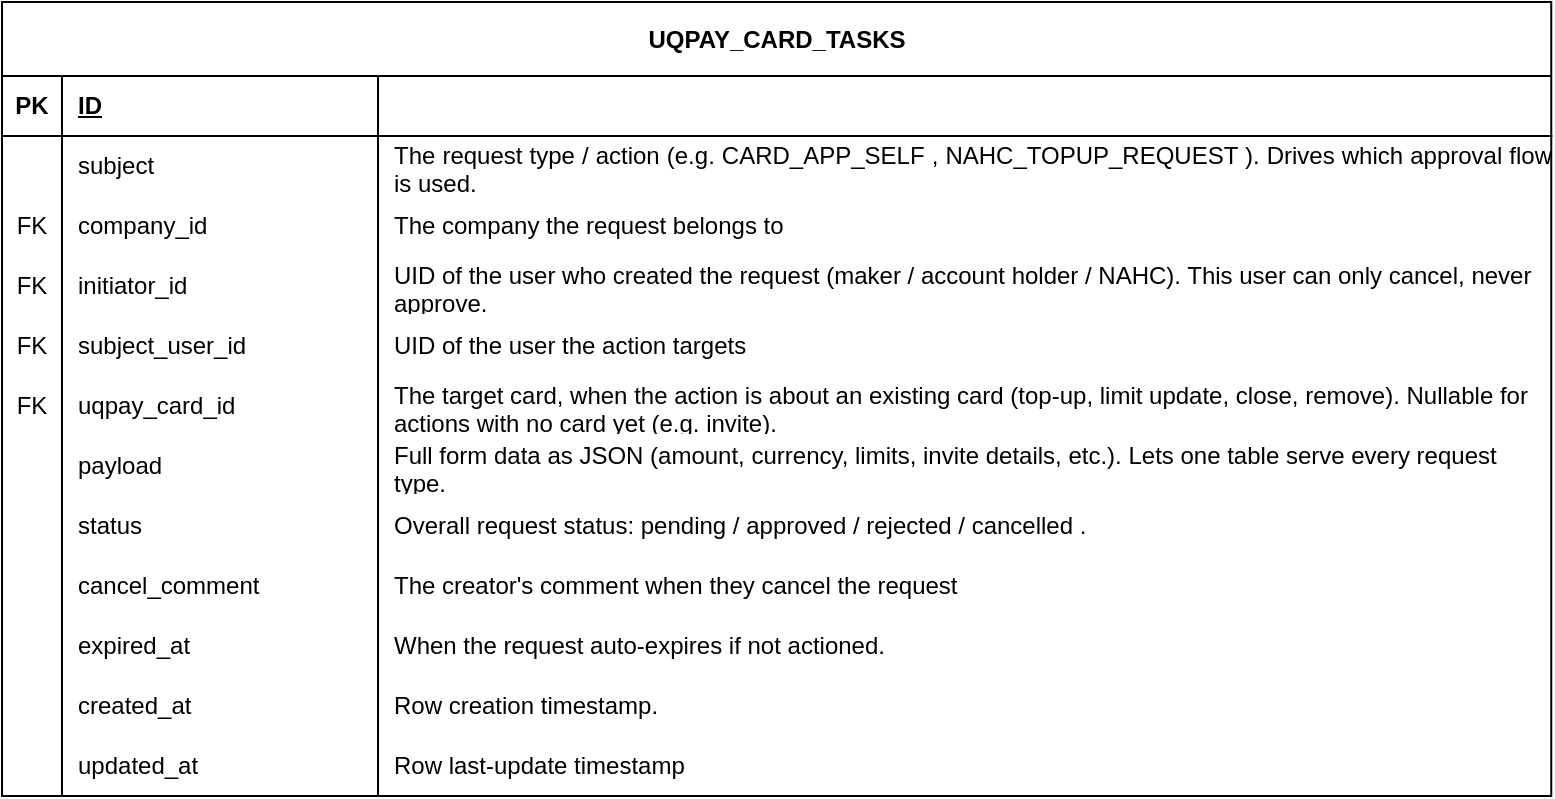
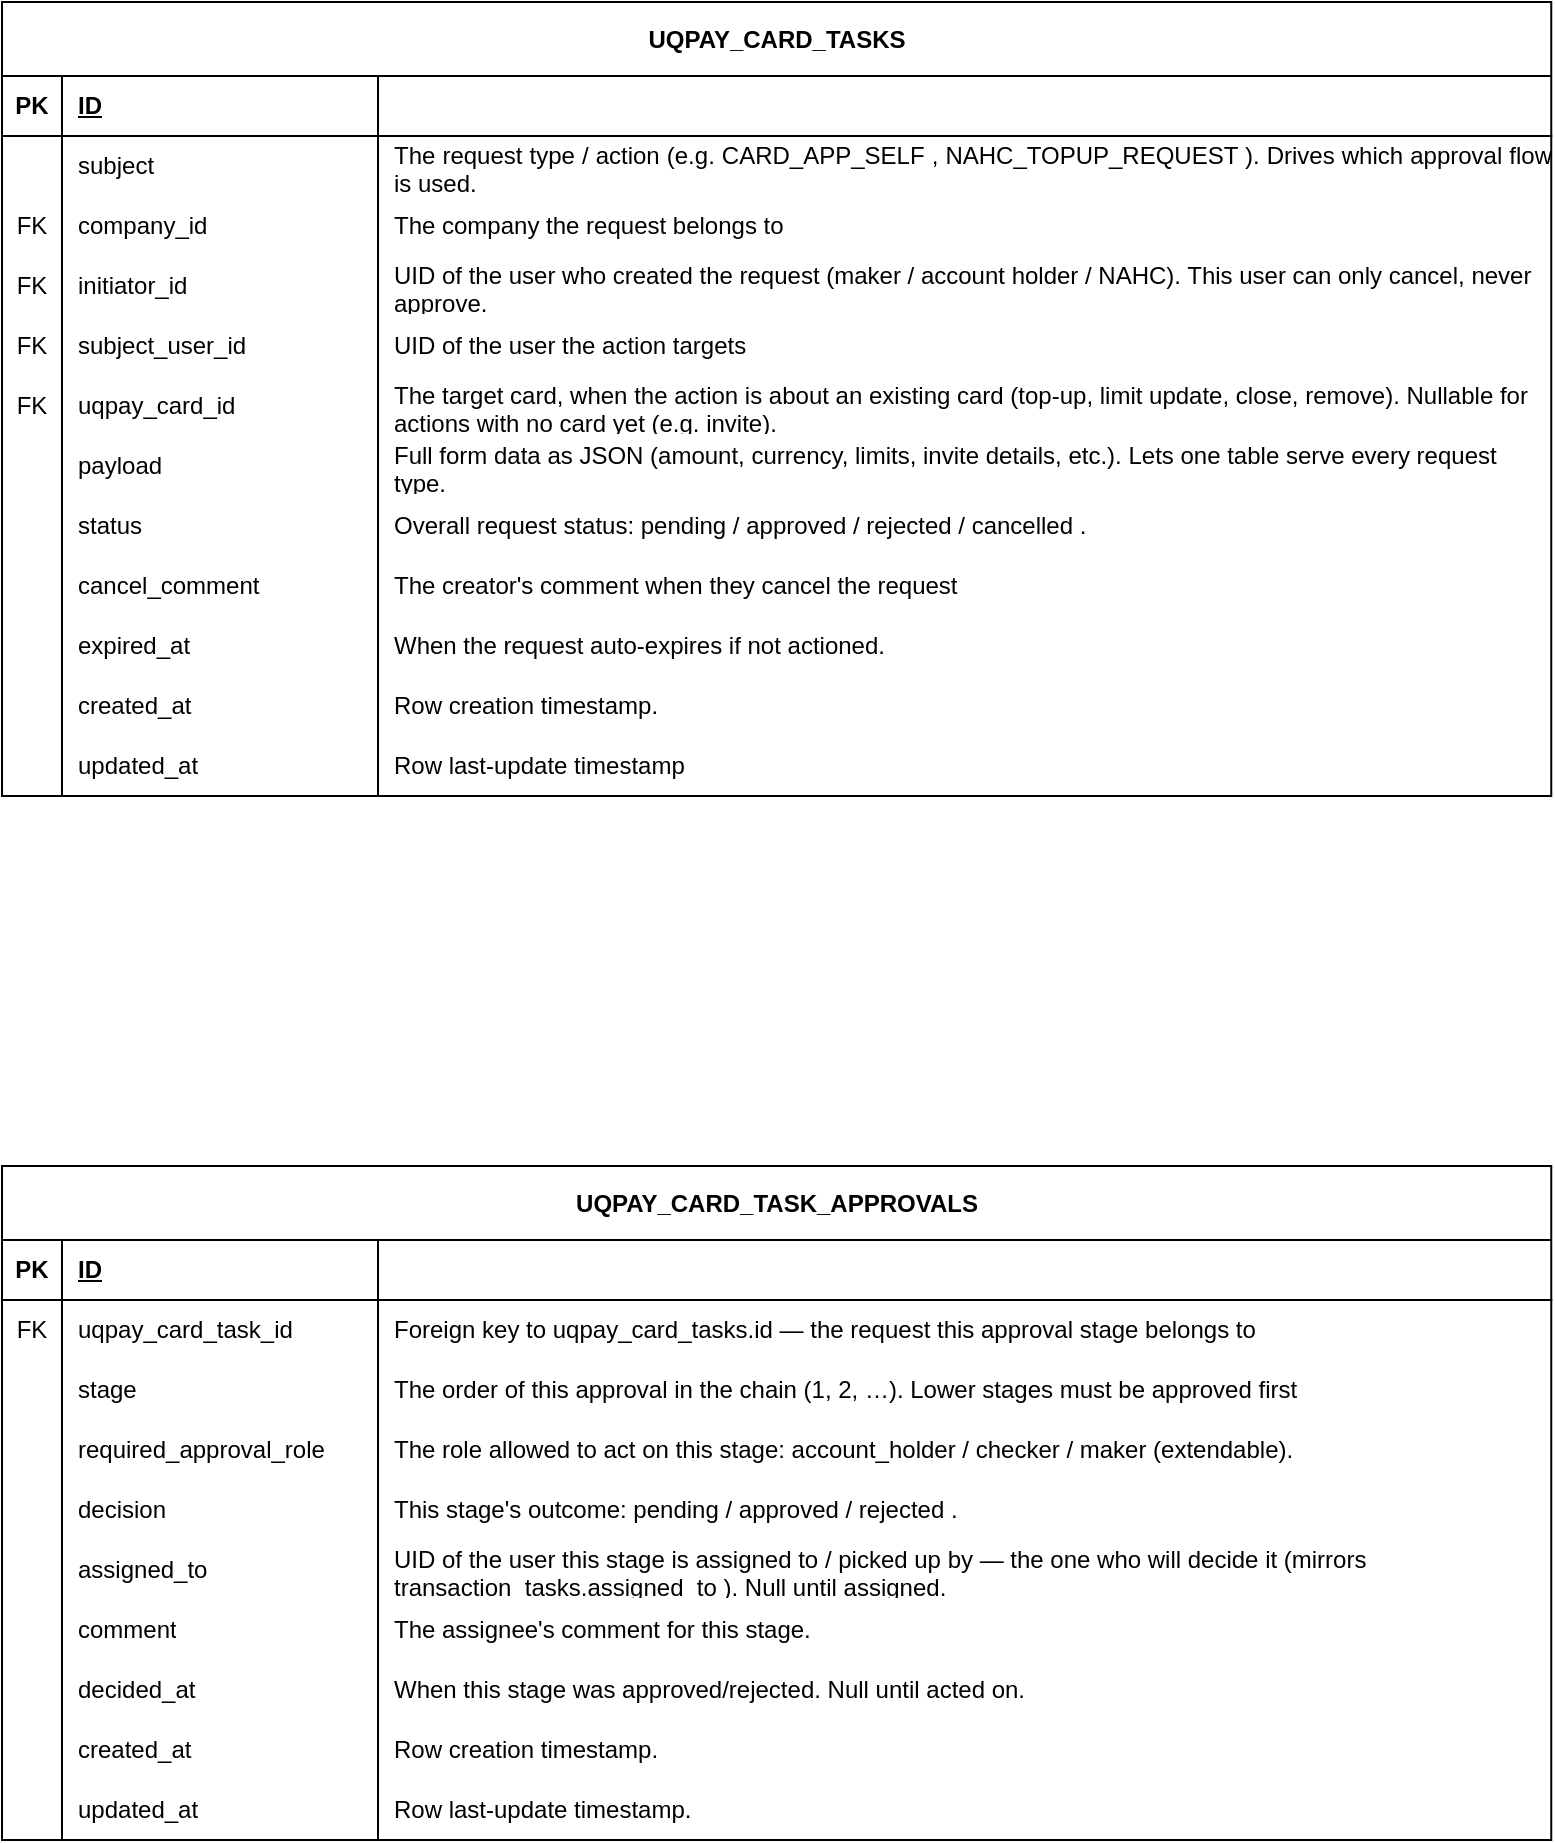
<mxfile host="app.diagrams.net" pages="2">
  <diagram name="Tables" id="zHlgq6CwFgONvcef2E9p">
    <mxGraphModel dx="1178" dy="648" grid="0" gridSize="10" guides="1" tooltips="1" connect="1" arrows="1" fold="1" page="1" pageScale="1" pageWidth="850" pageHeight="1100" math="0" shadow="0">
      <root>
        <mxCell id="0" />
        <mxCell id="1" parent="0" />
        <mxCell id="jwnZHKyRuvL29F9f0q4a-1" parent="1" style="shape=table;startSize=37;container=1;collapsible=1;childLayout=tableLayout;fixedRows=1;rowLines=0;fontStyle=1;align=center;resizeLast=1;html=1;" value="UQPAY_CARD_TASKS" vertex="1">
-           <mxGeometry height="397" width="774.6250000000001" x="48" y="39" as="geometry">
+           <mxGeometry height="397" width="774.6250000000001" x="38" y="37" as="geometry">
            <mxRectangle height="37" width="161" x="79" y="121" as="alternateBounds" />
          </mxGeometry>
        </mxCell>
        <mxCell id="jwnZHKyRuvL29F9f0q4a-2" parent="jwnZHKyRuvL29F9f0q4a-1" style="shape=tableRow;horizontal=0;startSize=0;swimlaneHead=0;swimlaneBody=0;fillColor=none;collapsible=0;dropTarget=0;points=[[0,0.5],[1,0.5]];portConstraint=eastwest;top=0;left=0;right=0;bottom=1;" value="" vertex="1">
          <mxGeometry height="30" width="774.6250000000001" y="37" as="geometry" />
        </mxCell>
        <mxCell id="jwnZHKyRuvL29F9f0q4a-3" parent="jwnZHKyRuvL29F9f0q4a-2" style="shape=partialRectangle;connectable=0;fillColor=none;top=0;left=0;bottom=0;right=0;fontStyle=1;overflow=hidden;whiteSpace=wrap;html=1;" value="PK" vertex="1">
          <mxGeometry height="30" width="30" as="geometry">
            <mxRectangle height="30" width="30" as="alternateBounds" />
          </mxGeometry>
        </mxCell>
        <mxCell id="jwnZHKyRuvL29F9f0q4a-4" parent="jwnZHKyRuvL29F9f0q4a-2" style="shape=partialRectangle;connectable=0;fillColor=none;top=0;left=0;bottom=0;right=0;align=left;spacingLeft=6;fontStyle=5;overflow=hidden;whiteSpace=wrap;html=1;" value="ID" vertex="1">
          <mxGeometry height="30" width="158" x="30" as="geometry">
            <mxRectangle height="30" width="158" as="alternateBounds" />
          </mxGeometry>
        </mxCell>
        <mxCell id="jwnZHKyRuvL29F9f0q4a-65" parent="jwnZHKyRuvL29F9f0q4a-2" style="shape=partialRectangle;connectable=0;fillColor=none;top=0;left=0;bottom=0;right=0;align=left;spacingLeft=6;fontStyle=5;overflow=hidden;whiteSpace=wrap;html=1;" value="" vertex="1">
          <mxGeometry height="30" width="586.6250000000001" x="188" as="geometry">
            <mxRectangle height="30" width="586.6250000000001" as="alternateBounds" />
          </mxGeometry>
        </mxCell>
        <mxCell id="jwnZHKyRuvL29F9f0q4a-5" parent="jwnZHKyRuvL29F9f0q4a-1" style="shape=tableRow;horizontal=0;startSize=0;swimlaneHead=0;swimlaneBody=0;fillColor=none;collapsible=0;dropTarget=0;points=[[0,0.5],[1,0.5]];portConstraint=eastwest;top=0;left=0;right=0;bottom=0;" value="" vertex="1">
          <mxGeometry height="30" width="774.6250000000001" y="67" as="geometry" />
        </mxCell>
        <mxCell id="jwnZHKyRuvL29F9f0q4a-6" parent="jwnZHKyRuvL29F9f0q4a-5" style="shape=partialRectangle;connectable=0;fillColor=none;top=0;left=0;bottom=0;right=0;editable=1;overflow=hidden;whiteSpace=wrap;html=1;" value="" vertex="1">
          <mxGeometry height="30" width="30" as="geometry">
            <mxRectangle height="30" width="30" as="alternateBounds" />
          </mxGeometry>
        </mxCell>
        <mxCell id="jwnZHKyRuvL29F9f0q4a-7" parent="jwnZHKyRuvL29F9f0q4a-5" style="shape=partialRectangle;connectable=0;fillColor=none;top=0;left=0;bottom=0;right=0;align=left;spacingLeft=6;overflow=hidden;whiteSpace=wrap;html=1;" value="subject" vertex="1">
          <mxGeometry height="30" width="158" x="30" as="geometry">
            <mxRectangle height="30" width="158" as="alternateBounds" />
          </mxGeometry>
        </mxCell>
        <mxCell id="jwnZHKyRuvL29F9f0q4a-66" parent="jwnZHKyRuvL29F9f0q4a-5" style="shape=partialRectangle;connectable=0;fillColor=none;top=0;left=0;bottom=0;right=0;align=left;spacingLeft=6;overflow=hidden;whiteSpace=wrap;html=1;" value="&lt;div style=&quot;text-align: justify;&quot;&gt;&lt;span style=&quot;background-color: transparent; color: light-dark(rgb(0, 0, 0), rgb(255, 255, 255));&quot;&gt;The request type / action (e.g. CARD_APP_SELF , NAHC_TOPUP_REQUEST ). Drives&amp;nbsp;&lt;/span&gt;&lt;span style=&quot;background-color: transparent; color: light-dark(rgb(0, 0, 0), rgb(255, 255, 255)); text-align: left;&quot;&gt;which approval flow is used.&lt;/span&gt;&lt;/div&gt;" vertex="1">
          <mxGeometry height="30" width="586.6250000000001" x="188" as="geometry">
            <mxRectangle height="30" width="586.6250000000001" as="alternateBounds" />
          </mxGeometry>
        </mxCell>
        <mxCell id="jwnZHKyRuvL29F9f0q4a-8" parent="jwnZHKyRuvL29F9f0q4a-1" style="shape=tableRow;horizontal=0;startSize=0;swimlaneHead=0;swimlaneBody=0;fillColor=none;collapsible=0;dropTarget=0;points=[[0,0.5],[1,0.5]];portConstraint=eastwest;top=0;left=0;right=0;bottom=0;" value="" vertex="1">
          <mxGeometry height="30" width="774.6250000000001" y="97" as="geometry" />
        </mxCell>
        <mxCell id="jwnZHKyRuvL29F9f0q4a-9" parent="jwnZHKyRuvL29F9f0q4a-8" style="shape=partialRectangle;connectable=0;fillColor=none;top=0;left=0;bottom=0;right=0;editable=1;overflow=hidden;whiteSpace=wrap;html=1;" value="FK" vertex="1">
          <mxGeometry height="30" width="30" as="geometry">
            <mxRectangle height="30" width="30" as="alternateBounds" />
          </mxGeometry>
        </mxCell>
        <mxCell id="jwnZHKyRuvL29F9f0q4a-10" parent="jwnZHKyRuvL29F9f0q4a-8" style="shape=partialRectangle;connectable=0;fillColor=none;top=0;left=0;bottom=0;right=0;align=left;spacingLeft=6;overflow=hidden;whiteSpace=wrap;html=1;" value="company_id" vertex="1">
          <mxGeometry height="30" width="158" x="30" as="geometry">
            <mxRectangle height="30" width="158" as="alternateBounds" />
          </mxGeometry>
        </mxCell>
        <mxCell id="jwnZHKyRuvL29F9f0q4a-67" parent="jwnZHKyRuvL29F9f0q4a-8" style="shape=partialRectangle;connectable=0;fillColor=none;top=0;left=0;bottom=0;right=0;align=left;spacingLeft=6;overflow=hidden;whiteSpace=wrap;html=1;" value="The company the request belongs to" vertex="1">
          <mxGeometry height="30" width="586.6250000000001" x="188" as="geometry">
            <mxRectangle height="30" width="586.6250000000001" as="alternateBounds" />
          </mxGeometry>
        </mxCell>
        <mxCell id="jwnZHKyRuvL29F9f0q4a-11" parent="jwnZHKyRuvL29F9f0q4a-1" style="shape=tableRow;horizontal=0;startSize=0;swimlaneHead=0;swimlaneBody=0;fillColor=none;collapsible=0;dropTarget=0;points=[[0,0.5],[1,0.5]];portConstraint=eastwest;top=0;left=0;right=0;bottom=0;" value="" vertex="1">
          <mxGeometry height="30" width="774.6250000000001" y="127" as="geometry" />
        </mxCell>
        <mxCell id="jwnZHKyRuvL29F9f0q4a-12" parent="jwnZHKyRuvL29F9f0q4a-11" style="shape=partialRectangle;connectable=0;fillColor=none;top=0;left=0;bottom=0;right=0;editable=1;overflow=hidden;whiteSpace=wrap;html=1;" value="FK" vertex="1">
          <mxGeometry height="30" width="30" as="geometry">
            <mxRectangle height="30" width="30" as="alternateBounds" />
          </mxGeometry>
        </mxCell>
        <mxCell id="jwnZHKyRuvL29F9f0q4a-13" parent="jwnZHKyRuvL29F9f0q4a-11" style="shape=partialRectangle;connectable=0;fillColor=none;top=0;left=0;bottom=0;right=0;align=left;spacingLeft=6;overflow=hidden;whiteSpace=wrap;html=1;" value="initiator_id" vertex="1">
          <mxGeometry height="30" width="158" x="30" as="geometry">
            <mxRectangle height="30" width="158" as="alternateBounds" />
          </mxGeometry>
        </mxCell>
        <mxCell id="jwnZHKyRuvL29F9f0q4a-68" parent="jwnZHKyRuvL29F9f0q4a-11" style="shape=partialRectangle;connectable=0;fillColor=none;top=0;left=0;bottom=0;right=0;align=left;spacingLeft=6;overflow=hidden;whiteSpace=wrap;html=1;" value="UID of the user who created the request (maker / account holder / NAHC). This user can only cancel, never approve." vertex="1">
          <mxGeometry height="30" width="586.6250000000001" x="188" as="geometry">
            <mxRectangle height="30" width="586.6250000000001" as="alternateBounds" />
          </mxGeometry>
        </mxCell>
        <mxCell id="jwnZHKyRuvL29F9f0q4a-38" parent="jwnZHKyRuvL29F9f0q4a-1" style="shape=tableRow;horizontal=0;startSize=0;swimlaneHead=0;swimlaneBody=0;fillColor=none;collapsible=0;dropTarget=0;points=[[0,0.5],[1,0.5]];portConstraint=eastwest;top=0;left=0;right=0;bottom=0;" vertex="1">
          <mxGeometry height="30" width="774.6250000000001" y="157" as="geometry" />
        </mxCell>
        <mxCell id="jwnZHKyRuvL29F9f0q4a-39" parent="jwnZHKyRuvL29F9f0q4a-38" style="shape=partialRectangle;connectable=0;fillColor=none;top=0;left=0;bottom=0;right=0;editable=1;overflow=hidden;whiteSpace=wrap;html=1;" value="FK" vertex="1">
          <mxGeometry height="30" width="30" as="geometry">
            <mxRectangle height="30" width="30" as="alternateBounds" />
          </mxGeometry>
        </mxCell>
        <mxCell id="jwnZHKyRuvL29F9f0q4a-40" parent="jwnZHKyRuvL29F9f0q4a-38" style="shape=partialRectangle;connectable=0;fillColor=none;top=0;left=0;bottom=0;right=0;align=left;spacingLeft=6;overflow=hidden;whiteSpace=wrap;html=1;" value="subject_user_id" vertex="1">
          <mxGeometry height="30" width="158" x="30" as="geometry">
            <mxRectangle height="30" width="158" as="alternateBounds" />
          </mxGeometry>
        </mxCell>
        <mxCell id="jwnZHKyRuvL29F9f0q4a-69" parent="jwnZHKyRuvL29F9f0q4a-38" style="shape=partialRectangle;connectable=0;fillColor=none;top=0;left=0;bottom=0;right=0;align=left;spacingLeft=6;overflow=hidden;whiteSpace=wrap;html=1;" value="UID of the user the action targets" vertex="1">
          <mxGeometry height="30" width="586.6250000000001" x="188" as="geometry">
            <mxRectangle height="30" width="586.6250000000001" as="alternateBounds" />
          </mxGeometry>
        </mxCell>
        <mxCell id="jwnZHKyRuvL29F9f0q4a-41" parent="jwnZHKyRuvL29F9f0q4a-1" style="shape=tableRow;horizontal=0;startSize=0;swimlaneHead=0;swimlaneBody=0;fillColor=none;collapsible=0;dropTarget=0;points=[[0,0.5],[1,0.5]];portConstraint=eastwest;top=0;left=0;right=0;bottom=0;" vertex="1">
          <mxGeometry height="30" width="774.6250000000001" y="187" as="geometry" />
        </mxCell>
        <mxCell id="jwnZHKyRuvL29F9f0q4a-42" parent="jwnZHKyRuvL29F9f0q4a-41" style="shape=partialRectangle;connectable=0;fillColor=none;top=0;left=0;bottom=0;right=0;editable=1;overflow=hidden;whiteSpace=wrap;html=1;" value="FK" vertex="1">
          <mxGeometry height="30" width="30" as="geometry">
            <mxRectangle height="30" width="30" as="alternateBounds" />
          </mxGeometry>
        </mxCell>
        <mxCell id="jwnZHKyRuvL29F9f0q4a-43" parent="jwnZHKyRuvL29F9f0q4a-41" style="shape=partialRectangle;connectable=0;fillColor=none;top=0;left=0;bottom=0;right=0;align=left;spacingLeft=6;overflow=hidden;whiteSpace=wrap;html=1;" value="uqpay_card_id" vertex="1">
          <mxGeometry height="30" width="158" x="30" as="geometry">
            <mxRectangle height="30" width="158" as="alternateBounds" />
          </mxGeometry>
        </mxCell>
        <mxCell id="jwnZHKyRuvL29F9f0q4a-70" parent="jwnZHKyRuvL29F9f0q4a-41" style="shape=partialRectangle;connectable=0;fillColor=none;top=0;left=0;bottom=0;right=0;align=left;spacingLeft=6;overflow=hidden;whiteSpace=wrap;html=1;" value="The target card, when the action is about an existing card (top-up, limit update, close, remove). Nullable for actions with no card yet (e.g. invite)." vertex="1">
          <mxGeometry height="30" width="586.6250000000001" x="188" as="geometry">
            <mxRectangle height="30" width="586.6250000000001" as="alternateBounds" />
          </mxGeometry>
        </mxCell>
        <mxCell id="jwnZHKyRuvL29F9f0q4a-44" parent="jwnZHKyRuvL29F9f0q4a-1" style="shape=tableRow;horizontal=0;startSize=0;swimlaneHead=0;swimlaneBody=0;fillColor=none;collapsible=0;dropTarget=0;points=[[0,0.5],[1,0.5]];portConstraint=eastwest;top=0;left=0;right=0;bottom=0;" vertex="1">
          <mxGeometry height="30" width="774.6250000000001" y="217" as="geometry" />
        </mxCell>
        <mxCell id="jwnZHKyRuvL29F9f0q4a-45" parent="jwnZHKyRuvL29F9f0q4a-44" style="shape=partialRectangle;connectable=0;fillColor=none;top=0;left=0;bottom=0;right=0;editable=1;overflow=hidden;whiteSpace=wrap;html=1;" vertex="1">
          <mxGeometry height="30" width="30" as="geometry">
            <mxRectangle height="30" width="30" as="alternateBounds" />
          </mxGeometry>
        </mxCell>
        <mxCell id="jwnZHKyRuvL29F9f0q4a-46" parent="jwnZHKyRuvL29F9f0q4a-44" style="shape=partialRectangle;connectable=0;fillColor=none;top=0;left=0;bottom=0;right=0;align=left;spacingLeft=6;overflow=hidden;whiteSpace=wrap;html=1;" value="payload" vertex="1">
          <mxGeometry height="30" width="158" x="30" as="geometry">
            <mxRectangle height="30" width="158" as="alternateBounds" />
          </mxGeometry>
        </mxCell>
        <mxCell id="jwnZHKyRuvL29F9f0q4a-71" parent="jwnZHKyRuvL29F9f0q4a-44" style="shape=partialRectangle;connectable=0;fillColor=none;top=0;left=0;bottom=0;right=0;align=left;spacingLeft=6;overflow=hidden;whiteSpace=wrap;html=1;" value="Full form data as JSON (amount, currency, limits, invite details, etc.). Lets one table serve every request type." vertex="1">
          <mxGeometry height="30" width="586.6250000000001" x="188" as="geometry">
            <mxRectangle height="30" width="586.6250000000001" as="alternateBounds" />
          </mxGeometry>
        </mxCell>
        <mxCell id="jwnZHKyRuvL29F9f0q4a-47" parent="jwnZHKyRuvL29F9f0q4a-1" style="shape=tableRow;horizontal=0;startSize=0;swimlaneHead=0;swimlaneBody=0;fillColor=none;collapsible=0;dropTarget=0;points=[[0,0.5],[1,0.5]];portConstraint=eastwest;top=0;left=0;right=0;bottom=0;" vertex="1">
          <mxGeometry height="30" width="774.6250000000001" y="247" as="geometry" />
        </mxCell>
        <mxCell id="jwnZHKyRuvL29F9f0q4a-48" parent="jwnZHKyRuvL29F9f0q4a-47" style="shape=partialRectangle;connectable=0;fillColor=none;top=0;left=0;bottom=0;right=0;editable=1;overflow=hidden;whiteSpace=wrap;html=1;" vertex="1">
          <mxGeometry height="30" width="30" as="geometry">
            <mxRectangle height="30" width="30" as="alternateBounds" />
          </mxGeometry>
        </mxCell>
        <mxCell id="jwnZHKyRuvL29F9f0q4a-49" parent="jwnZHKyRuvL29F9f0q4a-47" style="shape=partialRectangle;connectable=0;fillColor=none;top=0;left=0;bottom=0;right=0;align=left;spacingLeft=6;overflow=hidden;whiteSpace=wrap;html=1;" value="status" vertex="1">
          <mxGeometry height="30" width="158" x="30" as="geometry">
            <mxRectangle height="30" width="158" as="alternateBounds" />
          </mxGeometry>
        </mxCell>
        <mxCell id="jwnZHKyRuvL29F9f0q4a-72" parent="jwnZHKyRuvL29F9f0q4a-47" style="shape=partialRectangle;connectable=0;fillColor=none;top=0;left=0;bottom=0;right=0;align=left;spacingLeft=6;overflow=hidden;whiteSpace=wrap;html=1;" value="Overall request status: pending / approved / rejected / cancelled ." vertex="1">
          <mxGeometry height="30" width="586.6250000000001" x="188" as="geometry">
            <mxRectangle height="30" width="586.6250000000001" as="alternateBounds" />
          </mxGeometry>
        </mxCell>
        <mxCell id="jwnZHKyRuvL29F9f0q4a-50" parent="jwnZHKyRuvL29F9f0q4a-1" style="shape=tableRow;horizontal=0;startSize=0;swimlaneHead=0;swimlaneBody=0;fillColor=none;collapsible=0;dropTarget=0;points=[[0,0.5],[1,0.5]];portConstraint=eastwest;top=0;left=0;right=0;bottom=0;" vertex="1">
          <mxGeometry height="30" width="774.6250000000001" y="277" as="geometry" />
        </mxCell>
        <mxCell id="jwnZHKyRuvL29F9f0q4a-51" parent="jwnZHKyRuvL29F9f0q4a-50" style="shape=partialRectangle;connectable=0;fillColor=none;top=0;left=0;bottom=0;right=0;editable=1;overflow=hidden;whiteSpace=wrap;html=1;" vertex="1">
          <mxGeometry height="30" width="30" as="geometry">
            <mxRectangle height="30" width="30" as="alternateBounds" />
          </mxGeometry>
        </mxCell>
        <mxCell id="jwnZHKyRuvL29F9f0q4a-52" parent="jwnZHKyRuvL29F9f0q4a-50" style="shape=partialRectangle;connectable=0;fillColor=none;top=0;left=0;bottom=0;right=0;align=left;spacingLeft=6;overflow=hidden;whiteSpace=wrap;html=1;" value="cancel_comment" vertex="1">
          <mxGeometry height="30" width="158" x="30" as="geometry">
            <mxRectangle height="30" width="158" as="alternateBounds" />
          </mxGeometry>
        </mxCell>
        <mxCell id="jwnZHKyRuvL29F9f0q4a-73" parent="jwnZHKyRuvL29F9f0q4a-50" style="shape=partialRectangle;connectable=0;fillColor=none;top=0;left=0;bottom=0;right=0;align=left;spacingLeft=6;overflow=hidden;whiteSpace=wrap;html=1;" value="The creator&#39;s comment when they cancel the request" vertex="1">
          <mxGeometry height="30" width="586.6250000000001" x="188" as="geometry">
            <mxRectangle height="30" width="586.6250000000001" as="alternateBounds" />
          </mxGeometry>
        </mxCell>
        <mxCell id="jwnZHKyRuvL29F9f0q4a-53" parent="jwnZHKyRuvL29F9f0q4a-1" style="shape=tableRow;horizontal=0;startSize=0;swimlaneHead=0;swimlaneBody=0;fillColor=none;collapsible=0;dropTarget=0;points=[[0,0.5],[1,0.5]];portConstraint=eastwest;top=0;left=0;right=0;bottom=0;" vertex="1">
          <mxGeometry height="30" width="774.6250000000001" y="307" as="geometry" />
        </mxCell>
        <mxCell id="jwnZHKyRuvL29F9f0q4a-54" parent="jwnZHKyRuvL29F9f0q4a-53" style="shape=partialRectangle;connectable=0;fillColor=none;top=0;left=0;bottom=0;right=0;editable=1;overflow=hidden;whiteSpace=wrap;html=1;" vertex="1">
          <mxGeometry height="30" width="30" as="geometry">
            <mxRectangle height="30" width="30" as="alternateBounds" />
          </mxGeometry>
        </mxCell>
        <mxCell id="jwnZHKyRuvL29F9f0q4a-55" parent="jwnZHKyRuvL29F9f0q4a-53" style="shape=partialRectangle;connectable=0;fillColor=none;top=0;left=0;bottom=0;right=0;align=left;spacingLeft=6;overflow=hidden;whiteSpace=wrap;html=1;" value="expired_at" vertex="1">
          <mxGeometry height="30" width="158" x="30" as="geometry">
            <mxRectangle height="30" width="158" as="alternateBounds" />
          </mxGeometry>
        </mxCell>
        <mxCell id="jwnZHKyRuvL29F9f0q4a-74" parent="jwnZHKyRuvL29F9f0q4a-53" style="shape=partialRectangle;connectable=0;fillColor=none;top=0;left=0;bottom=0;right=0;align=left;spacingLeft=6;overflow=hidden;whiteSpace=wrap;html=1;" value="When the request auto-expires if not actioned." vertex="1">
          <mxGeometry height="30" width="586.6250000000001" x="188" as="geometry">
            <mxRectangle height="30" width="586.6250000000001" as="alternateBounds" />
          </mxGeometry>
        </mxCell>
        <mxCell id="jwnZHKyRuvL29F9f0q4a-56" parent="jwnZHKyRuvL29F9f0q4a-1" style="shape=tableRow;horizontal=0;startSize=0;swimlaneHead=0;swimlaneBody=0;fillColor=none;collapsible=0;dropTarget=0;points=[[0,0.5],[1,0.5]];portConstraint=eastwest;top=0;left=0;right=0;bottom=0;" vertex="1">
          <mxGeometry height="30" width="774.6250000000001" y="337" as="geometry" />
        </mxCell>
        <mxCell id="jwnZHKyRuvL29F9f0q4a-57" parent="jwnZHKyRuvL29F9f0q4a-56" style="shape=partialRectangle;connectable=0;fillColor=none;top=0;left=0;bottom=0;right=0;editable=1;overflow=hidden;whiteSpace=wrap;html=1;" vertex="1">
          <mxGeometry height="30" width="30" as="geometry">
            <mxRectangle height="30" width="30" as="alternateBounds" />
          </mxGeometry>
        </mxCell>
        <mxCell id="jwnZHKyRuvL29F9f0q4a-58" parent="jwnZHKyRuvL29F9f0q4a-56" style="shape=partialRectangle;connectable=0;fillColor=none;top=0;left=0;bottom=0;right=0;align=left;spacingLeft=6;overflow=hidden;whiteSpace=wrap;html=1;" value="created_at" vertex="1">
          <mxGeometry height="30" width="158" x="30" as="geometry">
            <mxRectangle height="30" width="158" as="alternateBounds" />
          </mxGeometry>
        </mxCell>
        <mxCell id="jwnZHKyRuvL29F9f0q4a-75" parent="jwnZHKyRuvL29F9f0q4a-56" style="shape=partialRectangle;connectable=0;fillColor=none;top=0;left=0;bottom=0;right=0;align=left;spacingLeft=6;overflow=hidden;whiteSpace=wrap;html=1;" value="Row creation timestamp." vertex="1">
          <mxGeometry height="30" width="586.6250000000001" x="188" as="geometry">
            <mxRectangle height="30" width="586.6250000000001" as="alternateBounds" />
          </mxGeometry>
        </mxCell>
        <mxCell id="jwnZHKyRuvL29F9f0q4a-59" parent="jwnZHKyRuvL29F9f0q4a-1" style="shape=tableRow;horizontal=0;startSize=0;swimlaneHead=0;swimlaneBody=0;fillColor=none;collapsible=0;dropTarget=0;points=[[0,0.5],[1,0.5]];portConstraint=eastwest;top=0;left=0;right=0;bottom=0;" vertex="1">
          <mxGeometry height="30" width="774.6250000000001" y="367" as="geometry" />
        </mxCell>
        <mxCell id="jwnZHKyRuvL29F9f0q4a-60" parent="jwnZHKyRuvL29F9f0q4a-59" style="shape=partialRectangle;connectable=0;fillColor=none;top=0;left=0;bottom=0;right=0;editable=1;overflow=hidden;whiteSpace=wrap;html=1;" vertex="1">
          <mxGeometry height="30" width="30" as="geometry">
            <mxRectangle height="30" width="30" as="alternateBounds" />
          </mxGeometry>
        </mxCell>
        <mxCell id="jwnZHKyRuvL29F9f0q4a-61" parent="jwnZHKyRuvL29F9f0q4a-59" style="shape=partialRectangle;connectable=0;fillColor=none;top=0;left=0;bottom=0;right=0;align=left;spacingLeft=6;overflow=hidden;whiteSpace=wrap;html=1;" value="updated_at" vertex="1">
          <mxGeometry height="30" width="158" x="30" as="geometry">
            <mxRectangle height="30" width="158" as="alternateBounds" />
          </mxGeometry>
        </mxCell>
        <mxCell id="jwnZHKyRuvL29F9f0q4a-76" parent="jwnZHKyRuvL29F9f0q4a-59" style="shape=partialRectangle;connectable=0;fillColor=none;top=0;left=0;bottom=0;right=0;align=left;spacingLeft=6;overflow=hidden;whiteSpace=wrap;html=1;" value="Row last-update timestamp" vertex="1">
+           <mxGeometry height="30" width="586.6250000000001" x="188" as="geometry">
+             <mxRectangle height="30" width="586.6250000000001" as="alternateBounds" />
+           </mxGeometry>
+         </mxCell>
+         <mxCell id="XqeN7Z5OLNIxEnd6ifOj-1" parent="1" style="shape=table;startSize=37;container=1;collapsible=1;childLayout=tableLayout;fixedRows=1;rowLines=0;fontStyle=1;align=center;resizeLast=1;html=1;" value="UQPAY_CARD_TASK_APPROVALS" vertex="1">
+           <mxGeometry height="337" width="774.6250000000001" x="38" y="619" as="geometry">
+             <mxRectangle height="37" width="161" x="79" y="121" as="alternateBounds" />
+           </mxGeometry>
+         </mxCell>
+         <mxCell id="XqeN7Z5OLNIxEnd6ifOj-2" parent="XqeN7Z5OLNIxEnd6ifOj-1" style="shape=tableRow;horizontal=0;startSize=0;swimlaneHead=0;swimlaneBody=0;fillColor=none;collapsible=0;dropTarget=0;points=[[0,0.5],[1,0.5]];portConstraint=eastwest;top=0;left=0;right=0;bottom=1;" value="" vertex="1">
+           <mxGeometry height="30" width="774.6250000000001" y="37" as="geometry" />
+         </mxCell>
+         <mxCell id="XqeN7Z5OLNIxEnd6ifOj-3" parent="XqeN7Z5OLNIxEnd6ifOj-2" style="shape=partialRectangle;connectable=0;fillColor=none;top=0;left=0;bottom=0;right=0;fontStyle=1;overflow=hidden;whiteSpace=wrap;html=1;" value="PK" vertex="1">
+           <mxGeometry height="30" width="30" as="geometry">
+             <mxRectangle height="30" width="30" as="alternateBounds" />
+           </mxGeometry>
+         </mxCell>
+         <mxCell id="XqeN7Z5OLNIxEnd6ifOj-4" parent="XqeN7Z5OLNIxEnd6ifOj-2" style="shape=partialRectangle;connectable=0;fillColor=none;top=0;left=0;bottom=0;right=0;align=left;spacingLeft=6;fontStyle=5;overflow=hidden;whiteSpace=wrap;html=1;" value="ID" vertex="1">
+           <mxGeometry height="30" width="158" x="30" as="geometry">
+             <mxRectangle height="30" width="158" as="alternateBounds" />
+           </mxGeometry>
+         </mxCell>
+         <mxCell id="XqeN7Z5OLNIxEnd6ifOj-5" parent="XqeN7Z5OLNIxEnd6ifOj-2" style="shape=partialRectangle;connectable=0;fillColor=none;top=0;left=0;bottom=0;right=0;align=left;spacingLeft=6;fontStyle=5;overflow=hidden;whiteSpace=wrap;html=1;" value="" vertex="1">
+           <mxGeometry height="30" width="586.6250000000001" x="188" as="geometry">
+             <mxRectangle height="30" width="586.6250000000001" as="alternateBounds" />
+           </mxGeometry>
+         </mxCell>
+         <mxCell id="XqeN7Z5OLNIxEnd6ifOj-6" parent="XqeN7Z5OLNIxEnd6ifOj-1" style="shape=tableRow;horizontal=0;startSize=0;swimlaneHead=0;swimlaneBody=0;fillColor=none;collapsible=0;dropTarget=0;points=[[0,0.5],[1,0.5]];portConstraint=eastwest;top=0;left=0;right=0;bottom=0;" value="" vertex="1">
+           <mxGeometry height="30" width="774.6250000000001" y="67" as="geometry" />
+         </mxCell>
+         <mxCell id="XqeN7Z5OLNIxEnd6ifOj-7" parent="XqeN7Z5OLNIxEnd6ifOj-6" style="shape=partialRectangle;connectable=0;fillColor=none;top=0;left=0;bottom=0;right=0;editable=1;overflow=hidden;whiteSpace=wrap;html=1;" value="FK" vertex="1">
+           <mxGeometry height="30" width="30" as="geometry">
+             <mxRectangle height="30" width="30" as="alternateBounds" />
+           </mxGeometry>
+         </mxCell>
+         <mxCell id="XqeN7Z5OLNIxEnd6ifOj-8" parent="XqeN7Z5OLNIxEnd6ifOj-6" style="shape=partialRectangle;connectable=0;fillColor=none;top=0;left=0;bottom=0;right=0;align=left;spacingLeft=6;overflow=hidden;whiteSpace=wrap;html=1;" value="uqpay_card_task_id" vertex="1">
+           <mxGeometry height="30" width="158" x="30" as="geometry">
+             <mxRectangle height="30" width="158" as="alternateBounds" />
+           </mxGeometry>
+         </mxCell>
+         <mxCell id="XqeN7Z5OLNIxEnd6ifOj-9" parent="XqeN7Z5OLNIxEnd6ifOj-6" style="shape=partialRectangle;connectable=0;fillColor=none;top=0;left=0;bottom=0;right=0;align=left;spacingLeft=6;overflow=hidden;whiteSpace=wrap;html=1;" value=" Foreign key to uqpay_card_tasks.id — the request this approval stage belongs to" vertex="1">
+           <mxGeometry height="30" width="586.6250000000001" x="188" as="geometry">
+             <mxRectangle height="30" width="586.6250000000001" as="alternateBounds" />
+           </mxGeometry>
+         </mxCell>
+         <mxCell id="XqeN7Z5OLNIxEnd6ifOj-10" parent="XqeN7Z5OLNIxEnd6ifOj-1" style="shape=tableRow;horizontal=0;startSize=0;swimlaneHead=0;swimlaneBody=0;fillColor=none;collapsible=0;dropTarget=0;points=[[0,0.5],[1,0.5]];portConstraint=eastwest;top=0;left=0;right=0;bottom=0;" value="" vertex="1">
+           <mxGeometry height="30" width="774.6250000000001" y="97" as="geometry" />
+         </mxCell>
+         <mxCell id="XqeN7Z5OLNIxEnd6ifOj-11" parent="XqeN7Z5OLNIxEnd6ifOj-10" style="shape=partialRectangle;connectable=0;fillColor=none;top=0;left=0;bottom=0;right=0;editable=1;overflow=hidden;whiteSpace=wrap;html=1;" value="" vertex="1">
+           <mxGeometry height="30" width="30" as="geometry">
+             <mxRectangle height="30" width="30" as="alternateBounds" />
+           </mxGeometry>
+         </mxCell>
+         <mxCell id="XqeN7Z5OLNIxEnd6ifOj-12" parent="XqeN7Z5OLNIxEnd6ifOj-10" style="shape=partialRectangle;connectable=0;fillColor=none;top=0;left=0;bottom=0;right=0;align=left;spacingLeft=6;overflow=hidden;whiteSpace=wrap;html=1;" value="stage" vertex="1">
+           <mxGeometry height="30" width="158" x="30" as="geometry">
+             <mxRectangle height="30" width="158" as="alternateBounds" />
+           </mxGeometry>
+         </mxCell>
+         <mxCell id="XqeN7Z5OLNIxEnd6ifOj-13" parent="XqeN7Z5OLNIxEnd6ifOj-10" style="shape=partialRectangle;connectable=0;fillColor=none;top=0;left=0;bottom=0;right=0;align=left;spacingLeft=6;overflow=hidden;whiteSpace=wrap;html=1;" value="The order of this approval in the chain (1, 2, …). Lower stages must be approved first" vertex="1">
+           <mxGeometry height="30" width="586.6250000000001" x="188" as="geometry">
+             <mxRectangle height="30" width="586.6250000000001" as="alternateBounds" />
+           </mxGeometry>
+         </mxCell>
+         <mxCell id="XqeN7Z5OLNIxEnd6ifOj-14" parent="XqeN7Z5OLNIxEnd6ifOj-1" style="shape=tableRow;horizontal=0;startSize=0;swimlaneHead=0;swimlaneBody=0;fillColor=none;collapsible=0;dropTarget=0;points=[[0,0.5],[1,0.5]];portConstraint=eastwest;top=0;left=0;right=0;bottom=0;" value="" vertex="1">
+           <mxGeometry height="30" width="774.6250000000001" y="127" as="geometry" />
+         </mxCell>
+         <mxCell id="XqeN7Z5OLNIxEnd6ifOj-15" parent="XqeN7Z5OLNIxEnd6ifOj-14" style="shape=partialRectangle;connectable=0;fillColor=none;top=0;left=0;bottom=0;right=0;editable=1;overflow=hidden;whiteSpace=wrap;html=1;" value="" vertex="1">
+           <mxGeometry height="30" width="30" as="geometry">
+             <mxRectangle height="30" width="30" as="alternateBounds" />
+           </mxGeometry>
+         </mxCell>
+         <mxCell id="XqeN7Z5OLNIxEnd6ifOj-16" parent="XqeN7Z5OLNIxEnd6ifOj-14" style="shape=partialRectangle;connectable=0;fillColor=none;top=0;left=0;bottom=0;right=0;align=left;spacingLeft=6;overflow=hidden;whiteSpace=wrap;html=1;" value="required_approval_role" vertex="1">
+           <mxGeometry height="30" width="158" x="30" as="geometry">
+             <mxRectangle height="30" width="158" as="alternateBounds" />
+           </mxGeometry>
+         </mxCell>
+         <mxCell id="XqeN7Z5OLNIxEnd6ifOj-17" parent="XqeN7Z5OLNIxEnd6ifOj-14" style="shape=partialRectangle;connectable=0;fillColor=none;top=0;left=0;bottom=0;right=0;align=left;spacingLeft=6;overflow=hidden;whiteSpace=wrap;html=1;" value="The role allowed to act on this stage: account_holder / checker / maker (extendable)." vertex="1">
+           <mxGeometry height="30" width="586.6250000000001" x="188" as="geometry">
+             <mxRectangle height="30" width="586.6250000000001" as="alternateBounds" />
+           </mxGeometry>
+         </mxCell>
+         <mxCell id="XqeN7Z5OLNIxEnd6ifOj-18" parent="XqeN7Z5OLNIxEnd6ifOj-1" style="shape=tableRow;horizontal=0;startSize=0;swimlaneHead=0;swimlaneBody=0;fillColor=none;collapsible=0;dropTarget=0;points=[[0,0.5],[1,0.5]];portConstraint=eastwest;top=0;left=0;right=0;bottom=0;" vertex="1">
+           <mxGeometry height="30" width="774.6250000000001" y="157" as="geometry" />
+         </mxCell>
+         <mxCell id="XqeN7Z5OLNIxEnd6ifOj-19" parent="XqeN7Z5OLNIxEnd6ifOj-18" style="shape=partialRectangle;connectable=0;fillColor=none;top=0;left=0;bottom=0;right=0;editable=1;overflow=hidden;whiteSpace=wrap;html=1;" value="" vertex="1">
+           <mxGeometry height="30" width="30" as="geometry">
+             <mxRectangle height="30" width="30" as="alternateBounds" />
+           </mxGeometry>
+         </mxCell>
+         <mxCell id="XqeN7Z5OLNIxEnd6ifOj-20" parent="XqeN7Z5OLNIxEnd6ifOj-18" style="shape=partialRectangle;connectable=0;fillColor=none;top=0;left=0;bottom=0;right=0;align=left;spacingLeft=6;overflow=hidden;whiteSpace=wrap;html=1;" value="decision" vertex="1">
+           <mxGeometry height="30" width="158" x="30" as="geometry">
+             <mxRectangle height="30" width="158" as="alternateBounds" />
+           </mxGeometry>
+         </mxCell>
+         <mxCell id="XqeN7Z5OLNIxEnd6ifOj-21" parent="XqeN7Z5OLNIxEnd6ifOj-18" style="shape=partialRectangle;connectable=0;fillColor=none;top=0;left=0;bottom=0;right=0;align=left;spacingLeft=6;overflow=hidden;whiteSpace=wrap;html=1;" value="This stage&#39;s outcome: pending / approved / rejected ." vertex="1">
+           <mxGeometry height="30" width="586.6250000000001" x="188" as="geometry">
+             <mxRectangle height="30" width="586.6250000000001" as="alternateBounds" />
+           </mxGeometry>
+         </mxCell>
+         <mxCell id="XqeN7Z5OLNIxEnd6ifOj-22" parent="XqeN7Z5OLNIxEnd6ifOj-1" style="shape=tableRow;horizontal=0;startSize=0;swimlaneHead=0;swimlaneBody=0;fillColor=none;collapsible=0;dropTarget=0;points=[[0,0.5],[1,0.5]];portConstraint=eastwest;top=0;left=0;right=0;bottom=0;" vertex="1">
+           <mxGeometry height="30" width="774.6250000000001" y="187" as="geometry" />
+         </mxCell>
+         <mxCell id="XqeN7Z5OLNIxEnd6ifOj-23" parent="XqeN7Z5OLNIxEnd6ifOj-22" style="shape=partialRectangle;connectable=0;fillColor=none;top=0;left=0;bottom=0;right=0;editable=1;overflow=hidden;whiteSpace=wrap;html=1;" value="" vertex="1">
+           <mxGeometry height="30" width="30" as="geometry">
+             <mxRectangle height="30" width="30" as="alternateBounds" />
+           </mxGeometry>
+         </mxCell>
+         <mxCell id="XqeN7Z5OLNIxEnd6ifOj-24" parent="XqeN7Z5OLNIxEnd6ifOj-22" style="shape=partialRectangle;connectable=0;fillColor=none;top=0;left=0;bottom=0;right=0;align=left;spacingLeft=6;overflow=hidden;whiteSpace=wrap;html=1;" value="assigned_to" vertex="1">
+           <mxGeometry height="30" width="158" x="30" as="geometry">
+             <mxRectangle height="30" width="158" as="alternateBounds" />
+           </mxGeometry>
+         </mxCell>
+         <mxCell id="XqeN7Z5OLNIxEnd6ifOj-25" parent="XqeN7Z5OLNIxEnd6ifOj-22" style="shape=partialRectangle;connectable=0;fillColor=none;top=0;left=0;bottom=0;right=0;align=left;spacingLeft=6;overflow=hidden;whiteSpace=wrap;html=1;" value="UID of the user this stage is assigned to / picked up by — the one who will decide it (mirrors transaction_tasks.assigned_to ). Null until assigned." vertex="1">
+           <mxGeometry height="30" width="586.6250000000001" x="188" as="geometry">
+             <mxRectangle height="30" width="586.6250000000001" as="alternateBounds" />
+           </mxGeometry>
+         </mxCell>
+         <mxCell id="XqeN7Z5OLNIxEnd6ifOj-26" parent="XqeN7Z5OLNIxEnd6ifOj-1" style="shape=tableRow;horizontal=0;startSize=0;swimlaneHead=0;swimlaneBody=0;fillColor=none;collapsible=0;dropTarget=0;points=[[0,0.5],[1,0.5]];portConstraint=eastwest;top=0;left=0;right=0;bottom=0;" vertex="1">
+           <mxGeometry height="30" width="774.6250000000001" y="217" as="geometry" />
+         </mxCell>
+         <mxCell id="XqeN7Z5OLNIxEnd6ifOj-27" parent="XqeN7Z5OLNIxEnd6ifOj-26" style="shape=partialRectangle;connectable=0;fillColor=none;top=0;left=0;bottom=0;right=0;editable=1;overflow=hidden;whiteSpace=wrap;html=1;" vertex="1">
+           <mxGeometry height="30" width="30" as="geometry">
+             <mxRectangle height="30" width="30" as="alternateBounds" />
+           </mxGeometry>
+         </mxCell>
+         <mxCell id="XqeN7Z5OLNIxEnd6ifOj-28" parent="XqeN7Z5OLNIxEnd6ifOj-26" style="shape=partialRectangle;connectable=0;fillColor=none;top=0;left=0;bottom=0;right=0;align=left;spacingLeft=6;overflow=hidden;whiteSpace=wrap;html=1;" value="comment" vertex="1">
+           <mxGeometry height="30" width="158" x="30" as="geometry">
+             <mxRectangle height="30" width="158" as="alternateBounds" />
+           </mxGeometry>
+         </mxCell>
+         <mxCell id="XqeN7Z5OLNIxEnd6ifOj-29" parent="XqeN7Z5OLNIxEnd6ifOj-26" style="shape=partialRectangle;connectable=0;fillColor=none;top=0;left=0;bottom=0;right=0;align=left;spacingLeft=6;overflow=hidden;whiteSpace=wrap;html=1;" value="The assignee&#39;s comment for this stage." vertex="1">
+           <mxGeometry height="30" width="586.6250000000001" x="188" as="geometry">
+             <mxRectangle height="30" width="586.6250000000001" as="alternateBounds" />
+           </mxGeometry>
+         </mxCell>
+         <mxCell id="XqeN7Z5OLNIxEnd6ifOj-30" parent="XqeN7Z5OLNIxEnd6ifOj-1" style="shape=tableRow;horizontal=0;startSize=0;swimlaneHead=0;swimlaneBody=0;fillColor=none;collapsible=0;dropTarget=0;points=[[0,0.5],[1,0.5]];portConstraint=eastwest;top=0;left=0;right=0;bottom=0;" vertex="1">
+           <mxGeometry height="30" width="774.6250000000001" y="247" as="geometry" />
+         </mxCell>
+         <mxCell id="XqeN7Z5OLNIxEnd6ifOj-31" parent="XqeN7Z5OLNIxEnd6ifOj-30" style="shape=partialRectangle;connectable=0;fillColor=none;top=0;left=0;bottom=0;right=0;editable=1;overflow=hidden;whiteSpace=wrap;html=1;" vertex="1">
+           <mxGeometry height="30" width="30" as="geometry">
+             <mxRectangle height="30" width="30" as="alternateBounds" />
+           </mxGeometry>
+         </mxCell>
+         <mxCell id="XqeN7Z5OLNIxEnd6ifOj-32" parent="XqeN7Z5OLNIxEnd6ifOj-30" style="shape=partialRectangle;connectable=0;fillColor=none;top=0;left=0;bottom=0;right=0;align=left;spacingLeft=6;overflow=hidden;whiteSpace=wrap;html=1;" value="decided_at" vertex="1">
+           <mxGeometry height="30" width="158" x="30" as="geometry">
+             <mxRectangle height="30" width="158" as="alternateBounds" />
+           </mxGeometry>
+         </mxCell>
+         <mxCell id="XqeN7Z5OLNIxEnd6ifOj-33" parent="XqeN7Z5OLNIxEnd6ifOj-30" style="shape=partialRectangle;connectable=0;fillColor=none;top=0;left=0;bottom=0;right=0;align=left;spacingLeft=6;overflow=hidden;whiteSpace=wrap;html=1;" value="When this stage was approved/rejected. Null until acted on." vertex="1">
+           <mxGeometry height="30" width="586.6250000000001" x="188" as="geometry">
+             <mxRectangle height="30" width="586.6250000000001" as="alternateBounds" />
+           </mxGeometry>
+         </mxCell>
+         <mxCell id="XqeN7Z5OLNIxEnd6ifOj-34" parent="XqeN7Z5OLNIxEnd6ifOj-1" style="shape=tableRow;horizontal=0;startSize=0;swimlaneHead=0;swimlaneBody=0;fillColor=none;collapsible=0;dropTarget=0;points=[[0,0.5],[1,0.5]];portConstraint=eastwest;top=0;left=0;right=0;bottom=0;" vertex="1">
+           <mxGeometry height="30" width="774.6250000000001" y="277" as="geometry" />
+         </mxCell>
+         <mxCell id="XqeN7Z5OLNIxEnd6ifOj-35" parent="XqeN7Z5OLNIxEnd6ifOj-34" style="shape=partialRectangle;connectable=0;fillColor=none;top=0;left=0;bottom=0;right=0;editable=1;overflow=hidden;whiteSpace=wrap;html=1;" vertex="1">
+           <mxGeometry height="30" width="30" as="geometry">
+             <mxRectangle height="30" width="30" as="alternateBounds" />
+           </mxGeometry>
+         </mxCell>
+         <mxCell id="XqeN7Z5OLNIxEnd6ifOj-36" parent="XqeN7Z5OLNIxEnd6ifOj-34" style="shape=partialRectangle;connectable=0;fillColor=none;top=0;left=0;bottom=0;right=0;align=left;spacingLeft=6;overflow=hidden;whiteSpace=wrap;html=1;" value="created_at" vertex="1">
+           <mxGeometry height="30" width="158" x="30" as="geometry">
+             <mxRectangle height="30" width="158" as="alternateBounds" />
+           </mxGeometry>
+         </mxCell>
+         <mxCell id="XqeN7Z5OLNIxEnd6ifOj-37" parent="XqeN7Z5OLNIxEnd6ifOj-34" style="shape=partialRectangle;connectable=0;fillColor=none;top=0;left=0;bottom=0;right=0;align=left;spacingLeft=6;overflow=hidden;whiteSpace=wrap;html=1;" value="Row creation timestamp." vertex="1">
+           <mxGeometry height="30" width="586.6250000000001" x="188" as="geometry">
+             <mxRectangle height="30" width="586.6250000000001" as="alternateBounds" />
+           </mxGeometry>
+         </mxCell>
+         <mxCell id="XqeN7Z5OLNIxEnd6ifOj-38" parent="XqeN7Z5OLNIxEnd6ifOj-1" style="shape=tableRow;horizontal=0;startSize=0;swimlaneHead=0;swimlaneBody=0;fillColor=none;collapsible=0;dropTarget=0;points=[[0,0.5],[1,0.5]];portConstraint=eastwest;top=0;left=0;right=0;bottom=0;" vertex="1">
+           <mxGeometry height="30" width="774.6250000000001" y="307" as="geometry" />
+         </mxCell>
+         <mxCell id="XqeN7Z5OLNIxEnd6ifOj-39" parent="XqeN7Z5OLNIxEnd6ifOj-38" style="shape=partialRectangle;connectable=0;fillColor=none;top=0;left=0;bottom=0;right=0;editable=1;overflow=hidden;whiteSpace=wrap;html=1;" vertex="1">
+           <mxGeometry height="30" width="30" as="geometry">
+             <mxRectangle height="30" width="30" as="alternateBounds" />
+           </mxGeometry>
+         </mxCell>
+         <mxCell id="XqeN7Z5OLNIxEnd6ifOj-40" parent="XqeN7Z5OLNIxEnd6ifOj-38" style="shape=partialRectangle;connectable=0;fillColor=none;top=0;left=0;bottom=0;right=0;align=left;spacingLeft=6;overflow=hidden;whiteSpace=wrap;html=1;" value="updated_at" vertex="1">
+           <mxGeometry height="30" width="158" x="30" as="geometry">
+             <mxRectangle height="30" width="158" as="alternateBounds" />
+           </mxGeometry>
+         </mxCell>
+         <mxCell id="XqeN7Z5OLNIxEnd6ifOj-41" parent="XqeN7Z5OLNIxEnd6ifOj-38" style="shape=partialRectangle;connectable=0;fillColor=none;top=0;left=0;bottom=0;right=0;align=left;spacingLeft=6;overflow=hidden;whiteSpace=wrap;html=1;" value="Row last-update timestamp.&amp;nbsp;" vertex="1">
          <mxGeometry height="30" width="586.6250000000001" x="188" as="geometry">
            <mxRectangle height="30" width="586.6250000000001" as="alternateBounds" />
          </mxGeometry>
        </mxCell>
      </root>
    </mxGraphModel>
  </diagram>
  <diagram id="WCPQi5lEkdcVKBAkzerj" name="Flow">
    <mxGraphModel dx="1664" dy="914" grid="0" gridSize="10" guides="1" tooltips="1" connect="1" arrows="1" fold="1" page="1" pageScale="1" pageWidth="850" pageHeight="1100" math="0" shadow="0">
      <root>
        <mxCell id="0" />
        <mxCell id="1" parent="0" />
        <mxCell id="BU1D3V5WSKyiYJsGSESY-1" parent="1" style="swimlane;childLayout=stackLayout;resizeParent=1;resizeParentMax=0;startSize=20;html=1;" value="Create Card Application (Account holders)" vertex="1">
          <mxGeometry height="480" width="1852" x="72.00000000000045" y="55" as="geometry" />
        </mxCell>
        <mxCell id="BU1D3V5WSKyiYJsGSESY-2" parent="BU1D3V5WSKyiYJsGSESY-1" style="swimlane;startSize=20;html=1;" value="Front end" vertex="1">
          <mxGeometry height="460" width="554" y="20" as="geometry" />
        </mxCell>
        <mxCell id="BU1D3V5WSKyiYJsGSESY-3" parent="BU1D3V5WSKyiYJsGSESY-1" style="swimlane;startSize=20;html=1;" value="Lane 2" vertex="1">
          <mxGeometry height="460" width="695" x="554" y="20" as="geometry" />
        </mxCell>
        <mxCell id="BU1D3V5WSKyiYJsGSESY-4" parent="BU1D3V5WSKyiYJsGSESY-1" style="swimlane;startSize=20;html=1;" value="Lane 3" vertex="1">
          <mxGeometry height="460" width="603" x="1249" y="20" as="geometry" />
        </mxCell>
      </root>
    </mxGraphModel>
  </diagram>
</mxfile>
